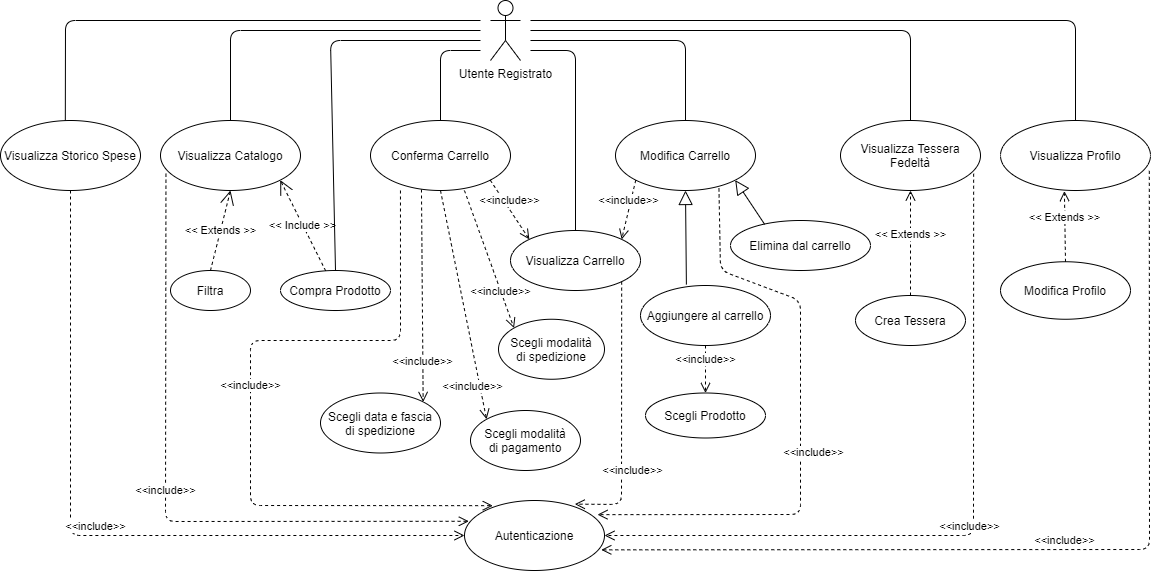
4nnina/IS_CovidMarket keeps this draw.io diagram as doc/cases/Utente Unico.png. Above is the earlier version. Source tidied: cells renumbered, new cells last; positions are measured from the earlier drawing's top-left corner, leaving out a move shared by most shapes.
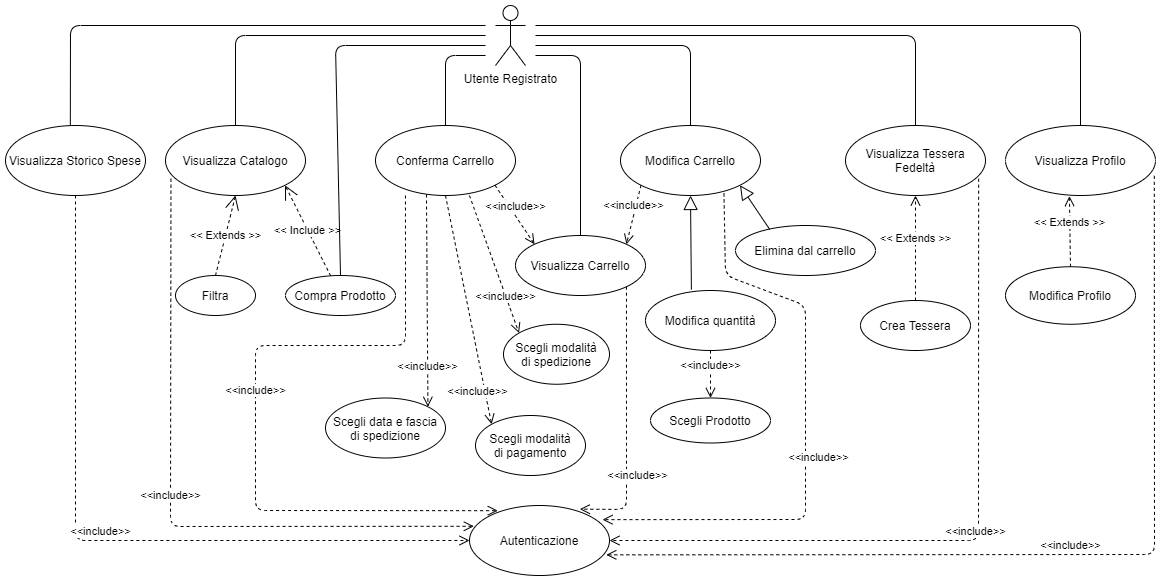
Later version of the same file.

What changed in the source:
```diff
@@ -65,7 +65,7 @@
     <mxCell id="17" value="Modifica Carrello" style="ellipse;whiteSpace=wrap;html=1;" parent="1" vertex="1">
       <mxGeometry x="615" y="120" width="140" height="70" as="geometry" />
     </mxCell>
-    <mxCell id="18" value="Aggiungere al carrello" style="ellipse;whiteSpace=wrap;html=1;" parent="1" vertex="1">
+    <mxCell id="18" value="Modifica quantità" style="ellipse;whiteSpace=wrap;html=1;" parent="1" vertex="1">
       <mxGeometry x="640" y="285" width="130" height="60" as="geometry" />
     </mxCell>
     <mxCell id="19" style="endArrow=block;endFill=0;endSize=12;html=1;exitX=0.353;exitY=-0.016;exitDx=0;exitDy=0;entryX=0.5;entryY=1;entryDx=0;entryDy=0;exitPerimeter=0;" parent="1" edge="1" source="18" target="17">
```
